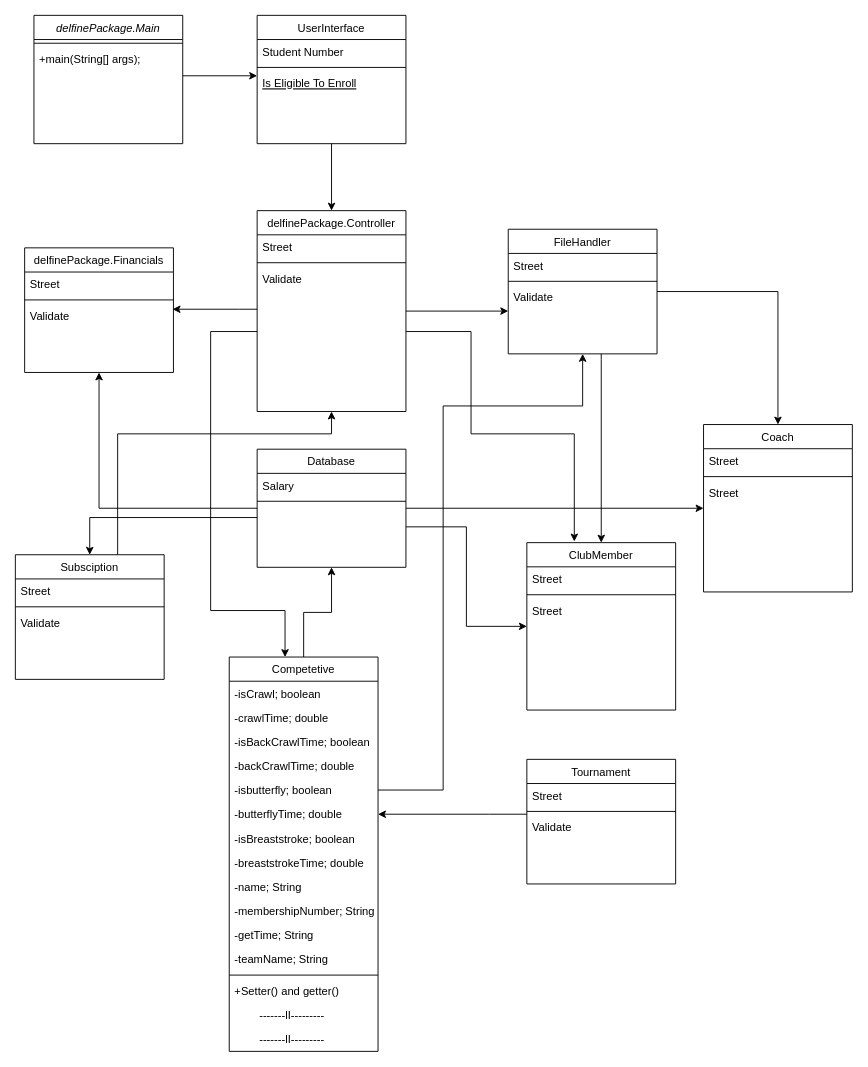
The draw.io diagram VirksomhedsAnalyser/Delfine Klassediagram.drawio in Mathias-Thomsen/DelfinenProject, before the edit. Source tidied: cells renumbered, new cells numbered last; positions are measured from the earlier drawing's top-left corner, leaving out a move shared by most shapes. Both pictures are drawn from the tidied source at 93%, with x=0, y=0 at pixel (15, 15).
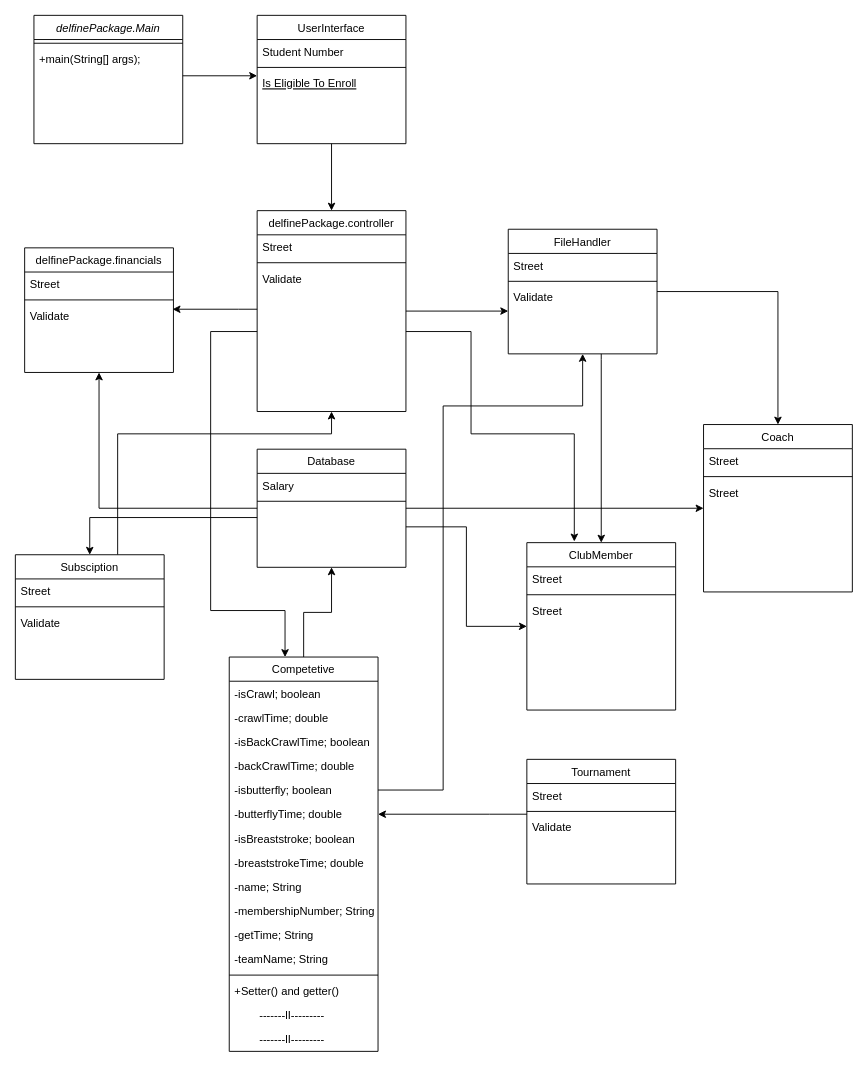
Above is the later version.

The edit, as a diff of the source:
```diff
@@
-    <mxCell id="21" value="delfinePackage.Controller" style="swimlane;fontStyle=0;align=center;verticalAlign=top;horizontal=1;startSize=26;rounded=0;shadow=0;strokeWidth=1;" parent="1" vertex="1">
+    <mxCell id="21" value="delfinePackage.controller" style="swimlane;fontStyle=0;align=center;verticalAlign=top;horizontal=1;startSize=26;rounded=0;shadow=0;strokeWidth=1;" parent="1" vertex="1">
       <mxGeometry x="260" y="210" width="160" height="216" as="geometry" />
     </mxCell>
@@
-    <mxCell id="36" value="delfinePackage.Financials" style="swimlane;fontStyle=0;align=center;verticalAlign=top;horizontal=1;startSize=26;rounded=0;shadow=0;strokeWidth=1;" parent="1" vertex="1">
+    <mxCell id="36" value="delfinePackage.financials" style="swimlane;fontStyle=0;align=center;verticalAlign=top;horizontal=1;startSize=26;rounded=0;shadow=0;strokeWidth=1;" parent="1" vertex="1">
       <mxGeometry x="10" y="250" width="160" height="134" as="geometry" />
     </mxCell>
```
